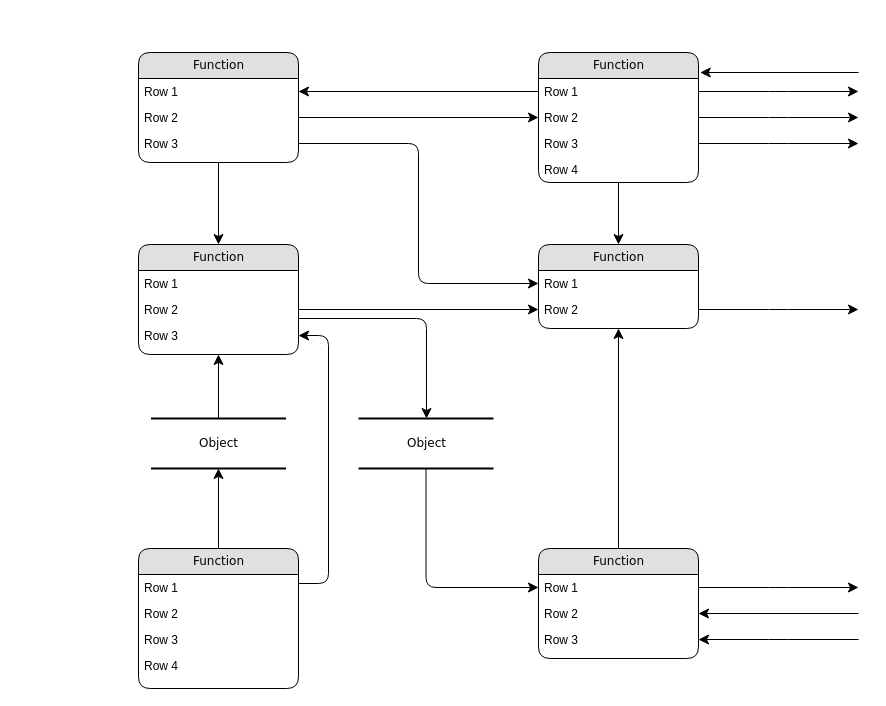
apashkov-ext/configuration-service.assets keeps this draw.io diagram as Untitled Diagram.drawio. Above is the earlier version. Source tidied: cells renumbered, new cells numbered last; positions are measured from the earlier drawing's top-left corner, leaving out a move shared by most shapes. Both pictures are drawn from the tidied source at 100%, with x=0, y=0 at pixel (138, 52).
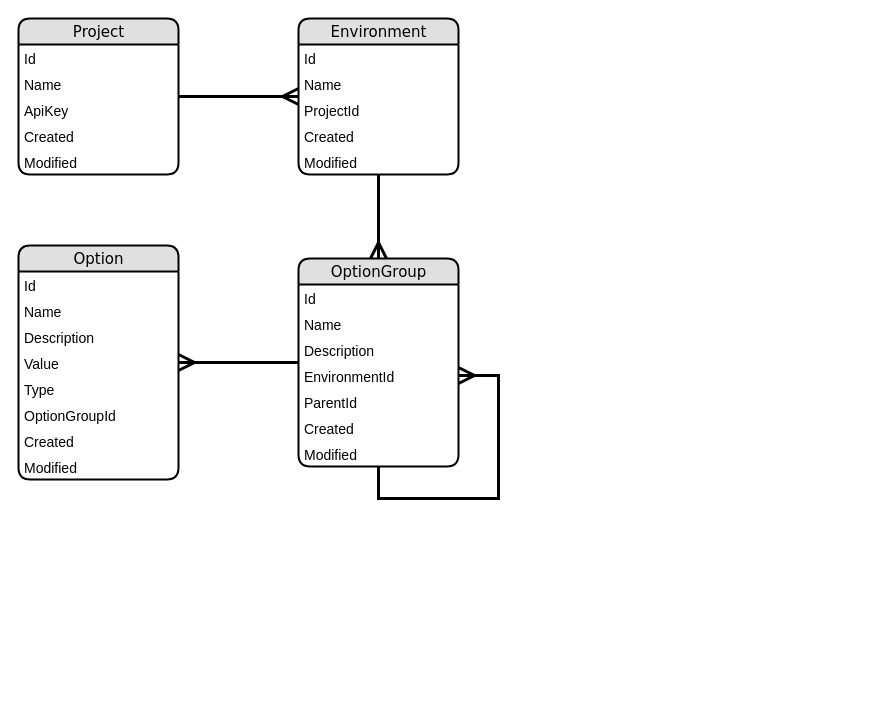
The same page after the edit.

Change to the diagram source:
```diff
@@
-    <mxCell id="2" value="Object" style="html=1;rounded=0;shadow=0;comic=0;labelBackgroundColor=none;strokeWidth=2;fontFamily=Verdana;fontSize=12;align=center;shape=mxgraph.ios7ui.horLines;" parent="1" vertex="1">
-      <mxGeometry x="12.5" y="366" width="135" height="50" as="geometry" />
-    </mxCell>
-    <mxCell id="3" value="Function" style="swimlane;html=1;fontStyle=0;horizontal=1;startSize=26;fillColor=#e0e0e0;swimlaneFillColor=#ffffff;align=center;rounded=1;shadow=0;comic=0;labelBackgroundColor=none;strokeWidth=1;fontFamily=Verdana;fontSize=12;" parent="1" vertex="1">
-      <mxGeometry width="160" height="110" as="geometry" />
+    <mxCell id="3" value="&lt;font style=&quot;font-size: 15px;&quot;&gt;Project&lt;/font&gt;" style="swimlane;html=1;fontStyle=0;horizontal=1;startSize=26;fillColor=#e0e0e0;swimlaneFillColor=#ffffff;align=center;rounded=1;shadow=0;comic=0;labelBackgroundColor=none;strokeWidth=2;fontFamily=Verdana;fontSize=15;" parent="1" vertex="1">
+      <mxGeometry x="-120" y="-34" width="160" height="156" as="geometry" />
     </mxCell>
-    <mxCell id="4" value="Row 1" style="text;html=1;strokeColor=none;fillColor=none;spacingLeft=4;spacingRight=4;whiteSpace=wrap;overflow=hidden;points=[[0,0.5],[1,0.5]];portConstraint=eastwest;" parent="3" vertex="1">
+    <mxCell id="4" value="Id" style="text;html=1;strokeColor=none;fillColor=none;spacingLeft=4;spacingRight=4;whiteSpace=wrap;overflow=hidden;points=[[0,0.5],[1,0.5]];portConstraint=eastwest;fontSize=14;" parent="3" vertex="1">
       <mxGeometry y="26" width="160" height="26" as="geometry" />
     </mxCell>
-    <mxCell id="5" value="Row 2" style="text;html=1;strokeColor=none;fillColor=none;spacingLeft=4;spacingRight=4;whiteSpace=wrap;overflow=hidden;points=[[0,0.5],[1,0.5]];portConstraint=eastwest;" parent="3" vertex="1">
+    <mxCell id="5" value="Name" style="text;html=1;strokeColor=none;fillColor=none;spacingLeft=4;spacingRight=4;whiteSpace=wrap;overflow=hidden;points=[[0,0.5],[1,0.5]];portConstraint=eastwest;fontSize=14;" parent="3" vertex="1">
       <mxGeometry y="52" width="160" height="26" as="geometry" />
     </mxCell>
-    <mxCell id="6" value="Row 3" style="text;html=1;strokeColor=none;fillColor=none;spacingLeft=4;spacingRight=4;whiteSpace=wrap;overflow=hidden;points=[[0,0.5],[1,0.5]];portConstraint=eastwest;" parent="3" vertex="1">
+    <mxCell id="6" value="ApiKey" style="text;html=1;strokeColor=none;fillColor=none;spacingLeft=4;spacingRight=4;whiteSpace=wrap;overflow=hidden;points=[[0,0.5],[1,0.5]];portConstraint=eastwest;fontSize=14;" parent="3" vertex="1">
       <mxGeometry y="78" width="160" height="26" as="geometry" />
     </mxCell>
+    <mxCell id="49" value="Created" style="text;html=1;strokeColor=none;fillColor=none;spacingLeft=4;spacingRight=4;whiteSpace=wrap;overflow=hidden;fontSize=14;" parent="3" vertex="1">
+      <mxGeometry y="104" width="160" height="26" as="geometry" />
+    </mxCell>
+    <mxCell id="50" value="Modified" style="text;html=1;strokeColor=none;fillColor=none;spacingLeft=4;spacingRight=4;whiteSpace=wrap;overflow=hidden;fontSize=14;" parent="3" vertex="1">
+      <mxGeometry y="130" width="160" height="26" as="geometry" />
+    </mxCell>
-    <mxCell id="7" value="Function" style="swimlane;html=1;fontStyle=0;horizontal=1;startSize=26;fillColor=#e0e0e0;swimlaneFillColor=#ffffff;align=center;rounded=1;shadow=0;comic=0;labelBackgroundColor=none;strokeWidth=1;fontFamily=Verdana;fontSize=12;" parent="1" vertex="1">
-      <mxGeometry x="400" width="160" height="130" as="geometry" />
+    <mxCell id="7" value="&lt;font style=&quot;font-size: 15px;&quot;&gt;Environment&lt;/font&gt;" style="swimlane;html=1;fontStyle=0;horizontal=1;startSize=26;fillColor=#e0e0e0;swimlaneFillColor=#ffffff;align=center;rounded=1;shadow=0;comic=0;labelBackgroundColor=none;strokeWidth=2;fontFamily=Verdana;fontSize=15;" parent="1" vertex="1">
+      <mxGeometry x="160" y="-34" width="160" height="156" as="geometry" />
     </mxCell>
-    <mxCell id="8" value="Row 1" style="text;html=1;strokeColor=none;fillColor=none;spacingLeft=4;spacingRight=4;whiteSpace=wrap;overflow=hidden;points=[[0,0.5],[1,0.5]];portConstraint=eastwest;" parent="7" vertex="1">
+    <mxCell id="8" value="Id" style="text;html=1;strokeColor=none;fillColor=none;spacingLeft=4;spacingRight=4;whiteSpace=wrap;overflow=hidden;points=[[0,0.5],[1,0.5]];portConstraint=eastwest;fontSize=14;" parent="7" vertex="1">
       <mxGeometry y="26" width="160" height="26" as="geometry" />
     </mxCell>
-    <mxCell id="9" value="Row 2" style="text;html=1;strokeColor=none;fillColor=none;spacingLeft=4;spacingRight=4;whiteSpace=wrap;overflow=hidden;points=[[0,0.5],[1,0.5]];portConstraint=eastwest;" parent="7" vertex="1">
+    <mxCell id="9" value="Name" style="text;html=1;strokeColor=none;fillColor=none;spacingLeft=4;spacingRight=4;whiteSpace=wrap;overflow=hidden;points=[[0,0.5],[1,0.5]];portConstraint=eastwest;fontSize=14;" parent="7" vertex="1">
       <mxGeometry y="52" width="160" height="26" as="geometry" />
     </mxCell>
-    <mxCell id="10" value="Row 3" style="text;html=1;strokeColor=none;fillColor=none;spacingLeft=4;spacingRight=4;whiteSpace=wrap;overflow=hidden;points=[[0,0.5],[1,0.5]];portConstraint=eastwest;" parent="7" vertex="1">
+    <mxCell id="10" value="ProjectId" style="text;html=1;strokeColor=none;fillColor=none;spacingLeft=4;spacingRight=4;whiteSpace=wrap;overflow=hidden;points=[[0,0.5],[1,0.5]];portConstraint=eastwest;fontSize=14;" parent="7" vertex="1">
       <mxGeometry y="78" width="160" height="26" as="geometry" />
     </mxCell>
-    <mxCell id="11" value="Row 4" style="text;html=1;strokeColor=none;fillColor=none;spacingLeft=4;spacingRight=4;whiteSpace=wrap;overflow=hidden;" parent="7" vertex="1">
+    <mxCell id="11" value="Created" style="text;html=1;strokeColor=none;fillColor=none;spacingLeft=4;spacingRight=4;whiteSpace=wrap;overflow=hidden;fontSize=14;" parent="7" vertex="1">
       <mxGeometry y="104" width="160" height="26" as="geometry" />
     </mxCell>
+    <mxCell id="51" value="Modified" style="text;html=1;strokeColor=none;fillColor=none;spacingLeft=4;spacingRight=4;whiteSpace=wrap;overflow=hidden;fontSize=14;" parent="7" vertex="1">
+      <mxGeometry y="130" width="160" height="26" as="geometry" />
+    </mxCell>
-    <mxCell id="12" value="Function" style="swimlane;html=1;fontStyle=0;horizontal=1;startSize=26;fillColor=#e0e0e0;swimlaneFillColor=#ffffff;align=center;rounded=1;shadow=0;comic=0;labelBackgroundColor=none;strokeWidth=1;fontFamily=Verdana;fontSize=12;" parent="1" vertex="1">
-      <mxGeometry y="192" width="160" height="110" as="geometry" />
+    <mxCell id="12" value="Option" style="swimlane;html=1;fontStyle=0;horizontal=1;startSize=26;fillColor=#e0e0e0;swimlaneFillColor=#ffffff;align=center;rounded=1;shadow=0;comic=0;labelBackgroundColor=none;strokeWidth=2;fontFamily=Verdana;fontSize=15;" parent="1" vertex="1">
+      <mxGeometry x="-120" y="193" width="160" height="234" as="geometry" />
     </mxCell>
-    <mxCell id="13" value="Row 1" style="text;html=1;strokeColor=none;fillColor=none;spacingLeft=4;spacingRight=4;whiteSpace=wrap;overflow=hidden;" parent="12" vertex="1">
+    <mxCell id="13" value="Id" style="text;html=1;strokeColor=none;fillColor=none;spacingLeft=4;spacingRight=4;whiteSpace=wrap;overflow=hidden;fontSize=14;" parent="12" vertex="1">
       <mxGeometry y="26" width="160" height="26" as="geometry" />
     </mxCell>
-    <mxCell id="14" value="Row 2" style="text;html=1;strokeColor=none;fillColor=none;spacingLeft=4;spacingRight=4;whiteSpace=wrap;overflow=hidden;points=[[0,0.5],[1,0.5]];portConstraint=eastwest;" parent="12" vertex="1">
+    <mxCell id="14" value="Name" style="text;html=1;strokeColor=none;fillColor=none;spacingLeft=4;spacingRight=4;whiteSpace=wrap;overflow=hidden;points=[[0,0.5],[1,0.5]];portConstraint=eastwest;fontSize=14;" parent="12" vertex="1">
       <mxGeometry y="52" width="160" height="26" as="geometry" />
     </mxCell>
-    <mxCell id="15" value="Row 3" style="text;html=1;strokeColor=none;fillColor=none;spacingLeft=4;spacingRight=4;whiteSpace=wrap;overflow=hidden;points=[[0,0.5],[1,0.5]];portConstraint=eastwest;" parent="12" vertex="1">
+    <mxCell id="15" value="Description" style="text;html=1;strokeColor=none;fillColor=none;spacingLeft=4;spacingRight=4;whiteSpace=wrap;overflow=hidden;points=[[0,0.5],[1,0.5]];portConstraint=eastwest;fontSize=14;" parent="12" vertex="1">
       <mxGeometry y="78" width="160" height="26" as="geometry" />
     </mxCell>
-    <mxCell id="16" value="Function" style="swimlane;html=1;fontStyle=0;horizontal=1;startSize=26;fillColor=#e0e0e0;swimlaneFillColor=#ffffff;align=center;rounded=1;shadow=0;comic=0;labelBackgroundColor=none;strokeWidth=1;fontFamily=Verdana;fontSize=12;" parent="1" vertex="1">
-      <mxGeometry y="496" width="160" height="140" as="geometry" />
-    </mxCell>
-    <mxCell id="17" value="Row 1" style="text;html=1;strokeColor=none;fillColor=none;spacingLeft=4;spacingRight=4;whiteSpace=wrap;overflow=hidden;" parent="16" vertex="1">
-      <mxGeometry y="26" width="160" height="26" as="geometry" />
-    </mxCell>
-    <mxCell id="18" value="Row 2" style="text;html=1;strokeColor=none;fillColor=none;spacingLeft=4;spacingRight=4;whiteSpace=wrap;overflow=hidden;" parent="16" vertex="1">
-      <mxGeometry y="52" width="160" height="26" as="geometry" />
-    </mxCell>
-    <mxCell id="19" value="Row 3" style="text;html=1;strokeColor=none;fillColor=none;spacingLeft=4;spacingRight=4;whiteSpace=wrap;overflow=hidden;" parent="16" vertex="1">
-      <mxGeometry y="78" width="160" height="26" as="geometry" />
-    </mxCell>
-    <mxCell id="20" value="Row 4" style="text;html=1;strokeColor=none;fillColor=none;spacingLeft=4;spacingRight=4;whiteSpace=wrap;overflow=hidden;" parent="16" vertex="1">
-      <mxGeometry y="104" width="160" height="26" as="geometry" />
-    </mxCell>
+    <mxCell id="52" value="Value" style="text;html=1;strokeColor=none;fillColor=none;spacingLeft=4;spacingRight=4;whiteSpace=wrap;overflow=hidden;fontSize=14;" parent="12" vertex="1">
+      <mxGeometry y="104" width="160" height="26" as="geometry" />
+    </mxCell>
+    <mxCell id="53" value="Type" style="text;html=1;strokeColor=none;fillColor=none;spacingLeft=4;spacingRight=4;whiteSpace=wrap;overflow=hidden;fontSize=14;" parent="12" vertex="1">
+      <mxGeometry y="130" width="160" height="26" as="geometry" />
+    </mxCell>
+    <mxCell id="54" value="OptionGroupId" style="text;html=1;strokeColor=none;fillColor=none;spacingLeft=4;spacingRight=4;whiteSpace=wrap;overflow=hidden;fontSize=14;" parent="12" vertex="1">
+      <mxGeometry y="156" width="160" height="26" as="geometry" />
+    </mxCell>
+    <mxCell id="55" value="Created" style="text;html=1;strokeColor=none;fillColor=none;spacingLeft=4;spacingRight=4;whiteSpace=wrap;overflow=hidden;fontSize=14;" parent="12" vertex="1">
+      <mxGeometry y="182" width="160" height="26" as="geometry" />
+    </mxCell>
+    <mxCell id="56" value="Modified" style="text;html=1;strokeColor=none;fillColor=none;spacingLeft=4;spacingRight=4;whiteSpace=wrap;overflow=hidden;fontSize=14;" parent="12" vertex="1">
+      <mxGeometry y="208" width="160" height="26" as="geometry" />
+    </mxCell>
-    <mxCell id="21" value="Function" style="swimlane;html=1;fontStyle=0;horizontal=1;startSize=26;fillColor=#e0e0e0;swimlaneFillColor=#ffffff;align=center;rounded=1;shadow=0;comic=0;labelBackgroundColor=none;strokeWidth=1;fontFamily=Verdana;fontSize=12;" parent="1" vertex="1">
-      <mxGeometry x="400" y="192" width="160" height="84" as="geometry" />
+    <mxCell id="21" value="OptionGroup" style="swimlane;html=1;fontStyle=0;horizontal=1;startSize=26;fillColor=#e0e0e0;swimlaneFillColor=#ffffff;align=center;rounded=1;shadow=0;comic=0;labelBackgroundColor=none;strokeWidth=2;fontFamily=Verdana;fontSize=15;" parent="1" vertex="1">
+      <mxGeometry x="160" y="206" width="160" height="208" as="geometry" />
     </mxCell>
-    <mxCell id="22" value="Row 1" style="text;html=1;strokeColor=none;fillColor=none;spacingLeft=4;spacingRight=4;whiteSpace=wrap;overflow=hidden;points=[[0,0.5],[1,0.5]];portConstraint=eastwest;" parent="21" vertex="1">
+    <mxCell id="22" value="Id" style="text;html=1;strokeColor=none;fillColor=none;spacingLeft=4;spacingRight=4;whiteSpace=wrap;overflow=hidden;points=[[0,0.5],[1,0.5]];portConstraint=eastwest;fontSize=14;" parent="21" vertex="1">
       <mxGeometry y="26" width="160" height="26" as="geometry" />
     </mxCell>
-    <mxCell id="23" value="Row 2" style="text;html=1;strokeColor=none;fillColor=none;spacingLeft=4;spacingRight=4;whiteSpace=wrap;overflow=hidden;points=[[0,0.5],[1,0.5]];portConstraint=eastwest;" parent="21" vertex="1">
+    <mxCell id="23" value="Name" style="text;html=1;strokeColor=none;fillColor=none;spacingLeft=4;spacingRight=4;whiteSpace=wrap;overflow=hidden;points=[[0,0.5],[1,0.5]];portConstraint=eastwest;fontSize=14;" parent="21" vertex="1">
       <mxGeometry y="52" width="160" height="26" as="geometry" />
     </mxCell>
-    <mxCell id="24" value="Function" style="swimlane;html=1;fontStyle=0;horizontal=1;startSize=26;fillColor=#e0e0e0;swimlaneFillColor=#ffffff;align=center;rounded=1;shadow=0;comic=0;labelBackgroundColor=none;strokeWidth=1;fontFamily=Verdana;fontSize=12;" parent="1" vertex="1">
-      <mxGeometry x="400" y="496" width="160" height="110" as="geometry" />
-    </mxCell>
-    <mxCell id="25" value="Row 1" style="text;html=1;strokeColor=none;fillColor=none;spacingLeft=4;spacingRight=4;whiteSpace=wrap;overflow=hidden;points=[[0,0.5],[1,0.5]];portConstraint=eastwest;" parent="24" vertex="1">
-      <mxGeometry y="26" width="160" height="26" as="geometry" />
-    </mxCell>
-    <mxCell id="26" value="Row 2" style="text;html=1;strokeColor=none;fillColor=none;spacingLeft=4;spacingRight=4;whiteSpace=wrap;overflow=hidden;points=[[0,0.5],[1,0.5]];portConstraint=eastwest;" parent="24" vertex="1">
-      <mxGeometry y="52" width="160" height="26" as="geometry" />
-    </mxCell>
-    <mxCell id="27" value="Row 3" style="text;html=1;strokeColor=none;fillColor=none;spacingLeft=4;spacingRight=4;whiteSpace=wrap;overflow=hidden;points=[[0,0.5],[1,0.5]];portConstraint=eastwest;" parent="24" vertex="1">
-      <mxGeometry y="78" width="160" height="26" as="geometry" />
-    </mxCell>
-    <mxCell id="28" value="Object" style="html=1;rounded=0;shadow=0;comic=0;labelBackgroundColor=none;strokeWidth=2;fontFamily=Verdana;fontSize=12;align=center;shape=mxgraph.ios7ui.horLines;" parent="1" vertex="1">
-      <mxGeometry x="220" y="366" width="135" height="50" as="geometry" />
-    </mxCell>
-    <mxCell id="29" style="edgeStyle=none;html=1;labelBackgroundColor=none;startFill=0;startSize=8;endFill=1;endSize=8;fontFamily=Verdana;fontSize=12;" parent="1" edge="1" source="16" target="2">
-      <mxGeometry relative="1" as="geometry" />
-    </mxCell>
-    <mxCell id="30" style="edgeStyle=none;html=1;labelBackgroundColor=none;startFill=0;startSize=8;endFill=1;endSize=8;fontFamily=Verdana;fontSize=12;" parent="1" edge="1" source="2" target="12">
-      <mxGeometry relative="1" as="geometry" />
-    </mxCell>
-    <mxCell id="31" style="edgeStyle=orthogonalEdgeStyle;html=1;labelBackgroundColor=none;startFill=0;startSize=8;endFill=1;endSize=8;fontFamily=Verdana;fontSize=12;exitX=1;exitY=0.25;entryX=1;entryY=0.5;" parent="1" edge="1" source="16" target="15">
-      <mxGeometry relative="1" as="geometry">
-        <Array as="points">
-          <mxPoint x="190" y="531" />
-          <mxPoint x="190" y="283" />
-        </Array>
-      </mxGeometry>
-    </mxCell>
-    <mxCell id="32" style="edgeStyle=orthogonalEdgeStyle;html=1;labelBackgroundColor=none;startFill=0;startSize=8;endFill=1;endSize=8;fontFamily=Verdana;fontSize=12;" parent="1" edge="1" source="28" target="25">
-      <mxGeometry x="-0.13" y="32" relative="1" as="geometry" />
-    </mxCell>
-    <mxCell id="33" style="edgeStyle=orthogonalEdgeStyle;html=1;labelBackgroundColor=none;startFill=0;startSize=8;endFill=1;endSize=8;fontFamily=Verdana;fontSize=12;" parent="1" edge="1" source="12" target="28">
-      <mxGeometry relative="1" as="geometry">
-        <Array as="points">
-          <mxPoint x="288" y="266" />
-        </Array>
-      </mxGeometry>
-    </mxCell>
-    <mxCell id="34" style="edgeStyle=orthogonalEdgeStyle;html=1;labelBackgroundColor=none;startFill=0;startSize=8;endFill=1;endSize=8;fontFamily=Verdana;fontSize=12;" parent="1" edge="1" source="3" target="12">
-      <mxGeometry relative="1" as="geometry" />
-    </mxCell>
-    <mxCell id="35" style="edgeStyle=orthogonalEdgeStyle;html=1;labelBackgroundColor=none;startFill=0;startSize=8;endFill=1;endSize=8;fontFamily=Verdana;fontSize=12;" parent="1" edge="1" source="24" target="21">
-      <mxGeometry relative="1" as="geometry" />
-    </mxCell>
+    <mxCell id="57" value="Description" style="text;html=1;strokeColor=none;fillColor=none;spacingLeft=4;spacingRight=4;whiteSpace=wrap;overflow=hidden;fontSize=14;" parent="21" vertex="1">
+      <mxGeometry y="78" width="160" height="26" as="geometry" />
+    </mxCell>
+    <mxCell id="58" value="EnvironmentId" style="text;html=1;strokeColor=none;fillColor=none;spacingLeft=4;spacingRight=4;whiteSpace=wrap;overflow=hidden;points=[[0,0.5],[1,0.5]];portConstraint=eastwest;fontSize=14;" parent="21" vertex="1">
+      <mxGeometry y="104" width="160" height="26" as="geometry" />
+    </mxCell>
+    <mxCell id="59" value="ParentId" style="text;html=1;strokeColor=none;fillColor=none;spacingLeft=4;spacingRight=4;whiteSpace=wrap;overflow=hidden;fontSize=14;" parent="21" vertex="1">
+      <mxGeometry y="130" width="160" height="26" as="geometry" />
+    </mxCell>
+    <mxCell id="60" value="Created" style="text;html=1;strokeColor=none;fillColor=none;spacingLeft=4;spacingRight=4;whiteSpace=wrap;overflow=hidden;fontSize=14;" parent="21" vertex="1">
+      <mxGeometry y="156" width="160" height="26" as="geometry" />
+    </mxCell>
+    <mxCell id="61" value="Modified" style="text;html=1;strokeColor=none;fillColor=none;spacingLeft=4;spacingRight=4;whiteSpace=wrap;overflow=hidden;points=[[0,0.5],[1,0.5]];portConstraint=eastwest;fontSize=14;" parent="21" vertex="1">
+      <mxGeometry y="182" width="160" height="26" as="geometry" />
+    </mxCell>
+    <mxCell id="62" style="edgeStyle=orthogonalEdgeStyle;rounded=0;jettySize=auto;html=1;startArrow=ERmany;startFill=0;endArrow=none;endFill=0;startSize=12;endSize=12;strokeWidth=3;entryX=0.5;entryY=1;entryDx=0;entryDy=0;entryPerimeter=0;" parent="21" edge="1" source="58" target="61">
+      <mxGeometry relative="1" as="geometry">
+        <Array as="points">
+          <mxPoint x="200" y="117" />
+          <mxPoint x="200" y="240" />
+          <mxPoint x="80" y="240" />
+        </Array>
+      </mxGeometry>
+    </mxCell>
-    <mxCell id="36" style="edgeStyle=orthogonalEdgeStyle;html=1;labelBackgroundColor=none;startFill=0;startSize=8;endFill=1;endSize=8;fontFamily=Verdana;fontSize=12;" parent="1" edge="1" source="7" target="21">
+    <mxCell id="36" style="edgeStyle=orthogonalEdgeStyle;html=1;labelBackgroundColor=none;startFill=0;startSize=12;endFill=0;endSize=12;fontFamily=Verdana;fontSize=12;strokeWidth=3;endArrow=ERmany;" parent="1" edge="1" source="7" target="21">
       <mxGeometry relative="1" as="geometry" />
     </mxCell>
-    <mxCell id="37" style="edgeStyle=orthogonalEdgeStyle;html=1;entryX=0;entryY=0.5;labelBackgroundColor=none;startFill=0;startSize=8;endFill=1;endSize=8;fontFamily=Verdana;fontSize=12;exitX=1;exitY=0.5;" parent="1" edge="1" source="5" target="9">
-      <mxGeometry relative="1" as="geometry" />
-    </mxCell>
-    <mxCell id="38" style="edgeStyle=orthogonalEdgeStyle;html=1;exitX=0;exitY=0.5;entryX=1;entryY=0.5;labelBackgroundColor=none;startFill=0;startSize=8;endFill=1;endSize=8;fontFamily=Verdana;fontSize=12;" parent="1" edge="1" source="8" target="4">
+    <mxCell id="38" style="edgeStyle=orthogonalEdgeStyle;html=1;labelBackgroundColor=none;startFill=0;startSize=12;endFill=0;endSize=12;fontFamily=Verdana;fontSize=12;strokeWidth=3;endArrow=none;startArrow=ERmany;" parent="1" edge="1" source="7" target="3">
       <mxGeometry relative="1" as="geometry" />
     </mxCell>
-    <mxCell id="39" style="edgeStyle=orthogonalEdgeStyle;html=1;exitX=1;exitY=0.5;entryX=0;entryY=0.5;labelBackgroundColor=none;startFill=0;startSize=8;endFill=1;endSize=8;fontFamily=Verdana;fontSize=12;" parent="1" edge="1" source="6" target="22">
-      <mxGeometry relative="1" as="geometry" />
-    </mxCell>
-    <mxCell id="40" style="edgeStyle=orthogonalEdgeStyle;html=1;exitX=1;exitY=0.5;entryX=0;entryY=0.5;labelBackgroundColor=none;startFill=0;startSize=8;endFill=1;endSize=8;fontFamily=Verdana;fontSize=12;" parent="1" edge="1" source="14" target="23">
+    <mxCell id="40" style="edgeStyle=orthogonalEdgeStyle;html=1;labelBackgroundColor=none;startFill=0;startSize=12;endFill=0;endSize=12;fontFamily=Verdana;fontSize=12;endArrow=none;startArrow=ERmany;strokeWidth=3;" parent="1" edge="1" source="12" target="21">
       <mxGeometry relative="1" as="geometry" />
     </mxCell>
-    <mxCell id="41" style="edgeStyle=orthogonalEdgeStyle;html=1;labelBackgroundColor=none;startFill=0;startSize=8;endFill=1;endSize=8;fontFamily=Verdana;fontSize=12;" parent="1" edge="1" source="23">
-      <mxGeometry relative="1" as="geometry">
-        <mxPoint x="720" y="257" as="targetPoint" />
-      </mxGeometry>
-    </mxCell>
-    <mxCell id="42" style="edgeStyle=orthogonalEdgeStyle;html=1;exitX=1;exitY=0.5;labelBackgroundColor=none;startFill=0;startSize=8;endFill=1;endSize=8;fontFamily=Verdana;fontSize=12;" parent="1" edge="1" source="25">
-      <mxGeometry relative="1" as="geometry">
-        <mxPoint x="720" y="535" as="targetPoint" />
-      </mxGeometry>
-    </mxCell>
-    <mxCell id="43" style="edgeStyle=orthogonalEdgeStyle;html=1;labelBackgroundColor=none;startFill=0;startSize=8;endFill=1;endSize=8;fontFamily=Verdana;fontSize=12;entryX=1;entryY=0.5;" parent="1" edge="1" target="26">
-      <mxGeometry relative="1" as="geometry">
-        <mxPoint x="720" y="561" as="sourcePoint" />
-        <Array as="points">
-          <mxPoint x="720" y="561" />
-        </Array>
-      </mxGeometry>
-    </mxCell>
-    <mxCell id="44" style="edgeStyle=orthogonalEdgeStyle;html=1;labelBackgroundColor=none;startFill=0;startSize=8;endFill=1;endSize=8;fontFamily=Verdana;fontSize=12;entryX=1;entryY=0.5;" parent="1" edge="1" target="27">
-      <mxGeometry relative="1" as="geometry">
-        <mxPoint x="720" y="587" as="sourcePoint" />
-        <Array as="points">
-          <mxPoint x="640" y="587" />
-          <mxPoint x="640" y="587" />
-        </Array>
-      </mxGeometry>
-    </mxCell>
-    <mxCell id="45" style="edgeStyle=orthogonalEdgeStyle;html=1;exitX=1;exitY=0.5;labelBackgroundColor=none;startFill=0;startSize=8;endFill=1;endSize=8;fontFamily=Verdana;fontSize=12;" parent="1" edge="1" source="8">
-      <mxGeometry relative="1" as="geometry">
-        <mxPoint x="720" y="39" as="targetPoint" />
-      </mxGeometry>
-    </mxCell>
-    <mxCell id="46" style="edgeStyle=orthogonalEdgeStyle;html=1;exitX=1;exitY=0.5;labelBackgroundColor=none;startFill=0;startSize=8;endFill=1;endSize=8;fontFamily=Verdana;fontSize=12;" parent="1" edge="1" source="9">
-      <mxGeometry relative="1" as="geometry">
-        <mxPoint x="720" y="65" as="targetPoint" />
-      </mxGeometry>
-    </mxCell>
-    <mxCell id="47" style="edgeStyle=orthogonalEdgeStyle;html=1;exitX=1;exitY=0.5;labelBackgroundColor=none;startFill=0;startSize=8;endFill=1;endSize=8;fontFamily=Verdana;fontSize=12;" parent="1" edge="1" source="10">
-      <mxGeometry relative="1" as="geometry">
-        <mxPoint x="720" y="91" as="targetPoint" />
-      </mxGeometry>
-    </mxCell>
-    <mxCell id="48" style="edgeStyle=elbowEdgeStyle;html=1;labelBackgroundColor=none;startFill=0;startSize=8;endFill=1;endSize=8;fontFamily=Verdana;fontSize=12;elbow=vertical;entryX=1.011;entryY=0.152;entryPerimeter=0;" parent="1" edge="1" target="7">
-      <mxGeometry relative="1" as="geometry">
-        <mxPoint x="720" y="20" as="sourcePoint" />
-        <Array as="points">
-          <mxPoint x="650" y="20" />
-        </Array>
-      </mxGeometry>
-    </mxCell>
```
